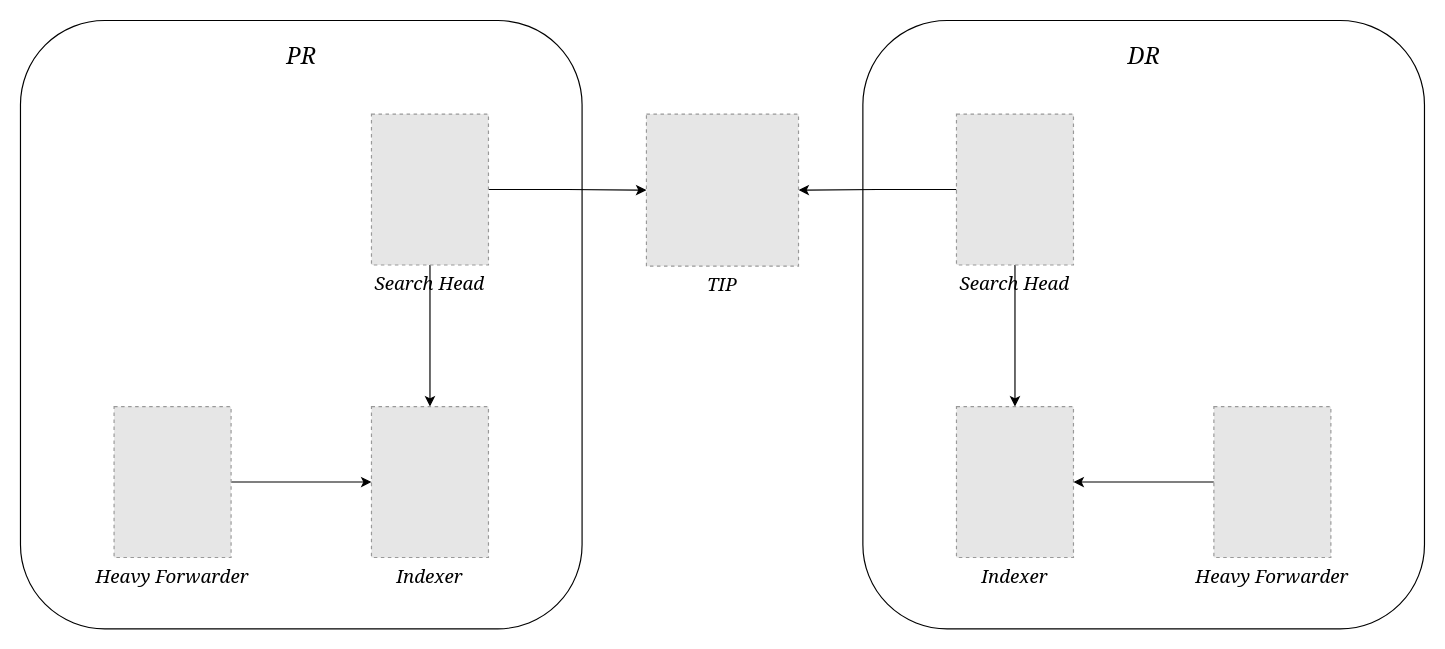
Before: img/blackrock_fmc/BLK-fmc_tip.drawio in sumkomorebi/PicGo, a draw.io diagram. Source tidied: cells renumbered, new cells numbered last; positions are measured from the earlier drawing's top-left corner, leaving out a move shared by most shapes. Both pictures are drawn from the tidied source at 117%, with x=0, y=0 at pixel (20, 20). Pictures stored in the file or linked from it are replaced by grey dashed boxes.
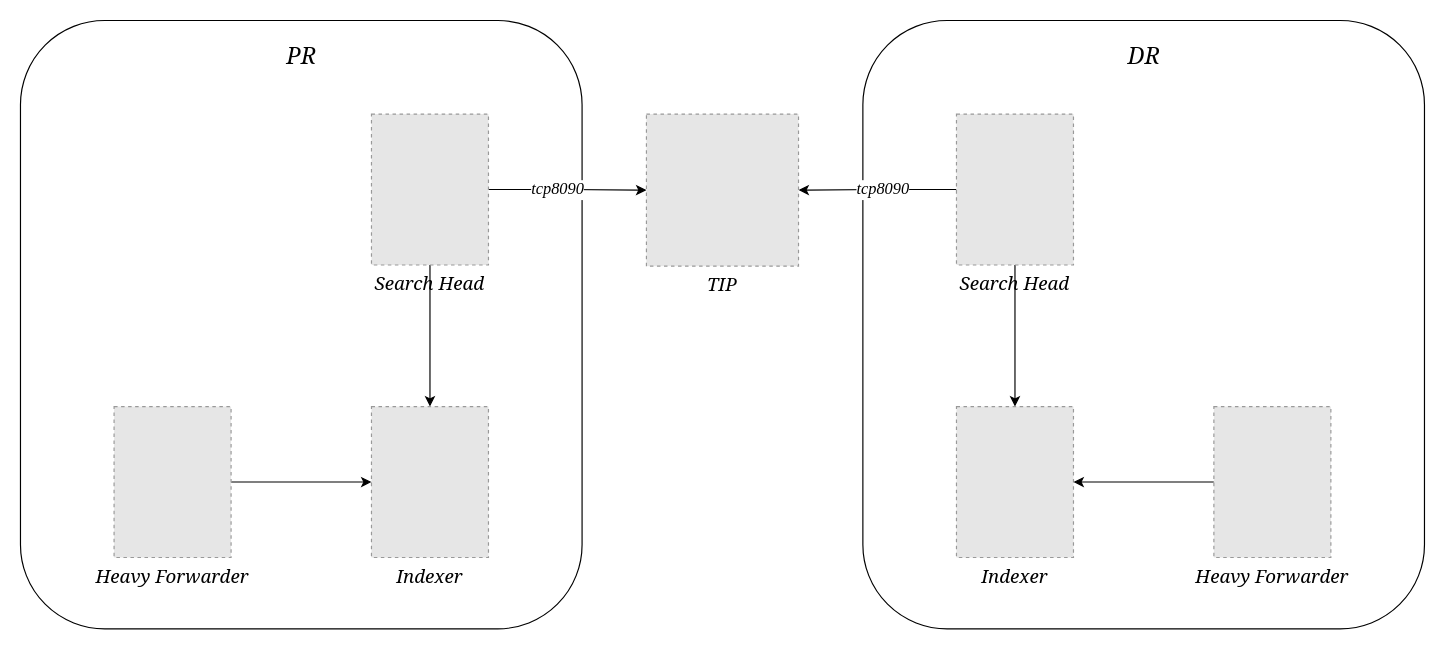
Above is the later version.

The change refers to these unchanged cells:
```xml
<mxCell id="5" style="edgeStyle=orthogonalEdgeStyle;rounded=0;jettySize=auto;html=1;" parent="1" edge="1" source="6" target="18">
  <mxGeometry relative="1" as="geometry" />
</mxCell>
<mxCell id="11" style="edgeStyle=orthogonalEdgeStyle;rounded=0;jettySize=auto;html=1;" parent="1" edge="1" source="12" target="18">
  <mxGeometry relative="1" as="geometry" />
</mxCell>
```

What changed in the source:
```diff
@@
+    <mxCell id="19" value="tcp8090" style="edgeLabel;html=1;align=center;verticalAlign=middle;fontFamily=Times New Roman;fontStyle=2;fontSize=14;" parent="5" vertex="1">
+      <mxGeometry x="-0.14" relative="1" as="geometry" />
+    </mxCell>
@@
+    <mxCell id="20" value="tcp8090" style="edgeLabel;html=1;align=center;verticalAlign=middle;fontFamily=Times New Roman;fontStyle=2;fontSize=14;" parent="11" vertex="1">
+      <mxGeometry x="-0.06" y="3" relative="1" as="geometry">
+        <mxPoint y="-3" as="offset" />
+      </mxGeometry>
+    </mxCell>
```
